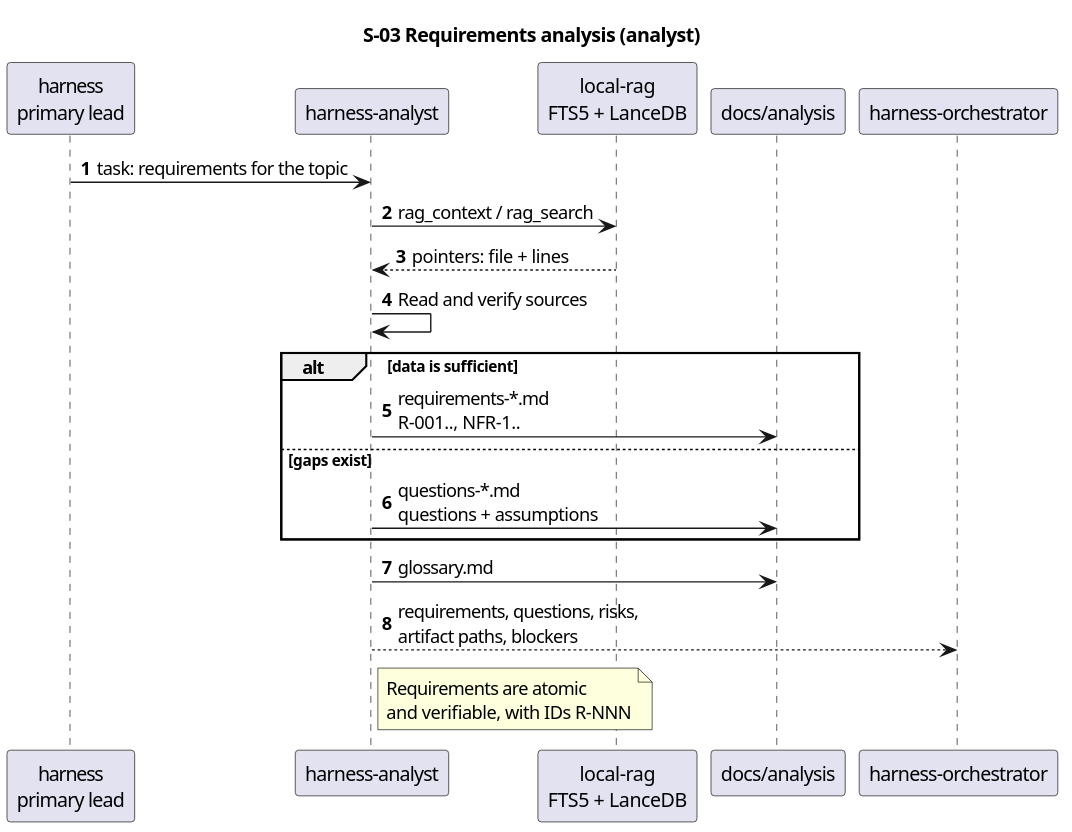
serge-sasov/harness keeps this PlantUML diagram as docs/description/diagrams/seq-03-analyst.svg. Above is the earlier version.
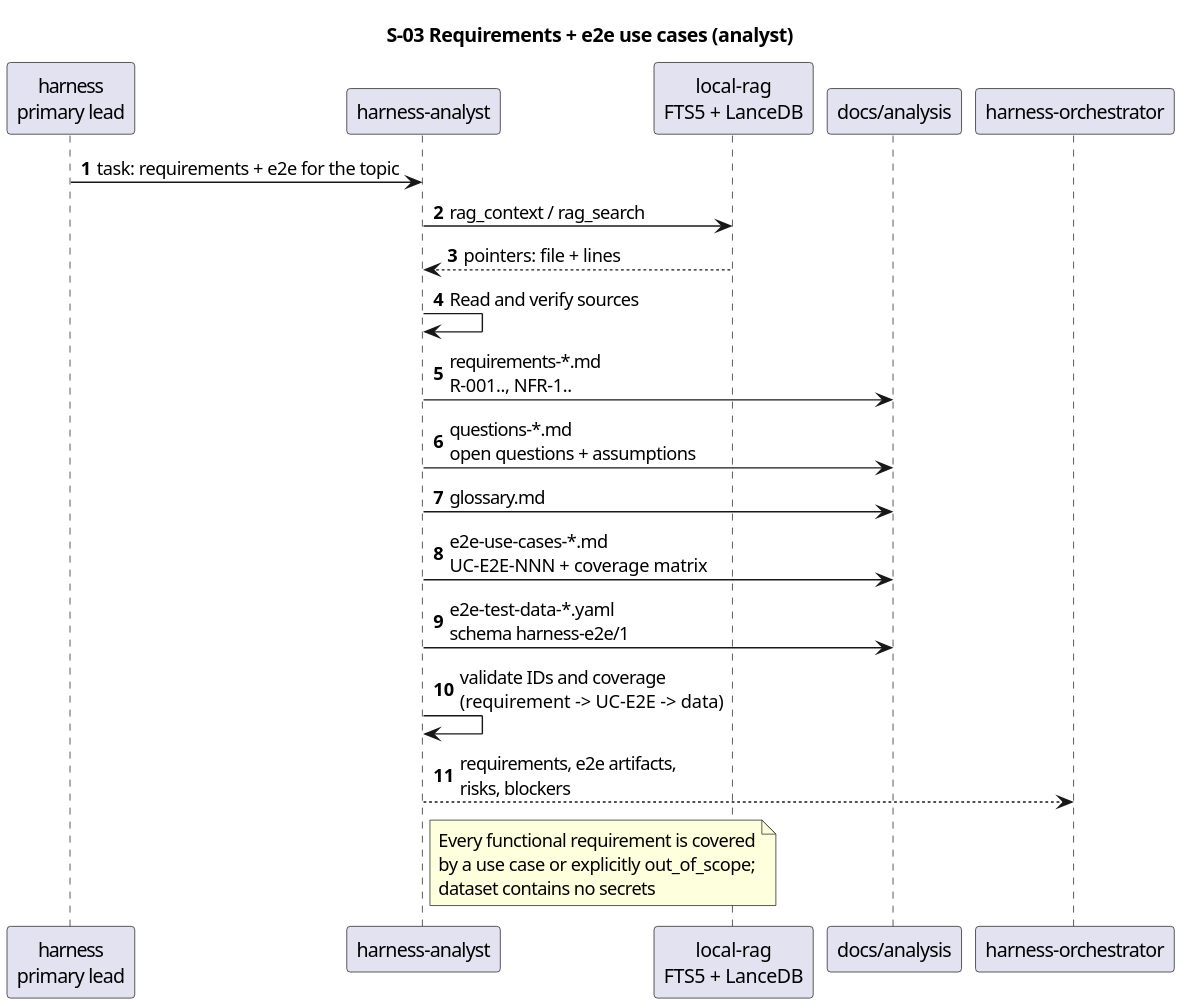
The same diagram one commit later.

Diff of the diagram source:
```diff
@@ -1,7 +1,7 @@
 @startuml
 autonumber
 skinparam defaultFontName Segoe UI
-title S-03 Requirements analysis (analyst)
+title S-03 Requirements + e2e use cases (analyst)
 
 participant "harness\nprimary lead" as primary
 participant "harness-analyst" as analyst
@@ -9,19 +9,20 @@
 participant "docs/analysis" as docs
 participant "harness-orchestrator" as orch
 
-primary -> analyst : task: requirements for the topic
+primary -> analyst : task: requirements + e2e for the topic
 analyst -> rag : rag_context / rag_search
 rag --> analyst : pointers: file + lines
 analyst -> analyst : Read and verify sources
-alt data is sufficient
-  analyst -> docs : requirements-*.md\nR-001.., NFR-1..
-else gaps exist
-  analyst -> docs : questions-*.md\nquestions + assumptions
-end
+analyst -> docs : requirements-*.md\nR-001.., NFR-1..
+analyst -> docs : questions-*.md\nopen questions + assumptions
 analyst -> docs : glossary.md
-analyst --> orch : requirements, questions, risks,\nartifact paths, blockers
+analyst -> docs : e2e-use-cases-*.md\nUC-E2E-NNN + coverage matrix
+analyst -> docs : e2e-test-data-*.yaml\nschema harness-e2e/1
+analyst -> analyst : validate IDs and coverage\n(requirement -> UC-E2E -> data)
+analyst --> orch : requirements, e2e artifacts,\nrisks, blockers
 note right of analyst
-  Requirements are atomic
-  and verifiable, with IDs R-NNN
+  Every functional requirement is covered
+  by a use case or explicitly out_of_scope;
+  dataset contains no secrets
 end note
 @enduml
```
